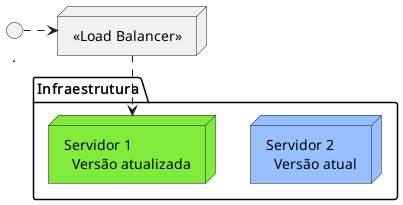
The PlantUML diagram media/content/estado-arte/blue-green-before.png in tomasflopes/pesti, before a commit. Its diagram source:
```plantuml
@startuml blue-green-before

top to bottom direction


node "<<Load Balancer>>" as LB {
}

folder "Infraestrutura" as I {
  node "Servidor 2\n  Versão atual" as S2 #96C0FF {
  }
  node "Servidor 1\n  Versão atualizada" as S1 #81EB3B {
  }
}

..> LB

LB ..> S1

@enduml
```
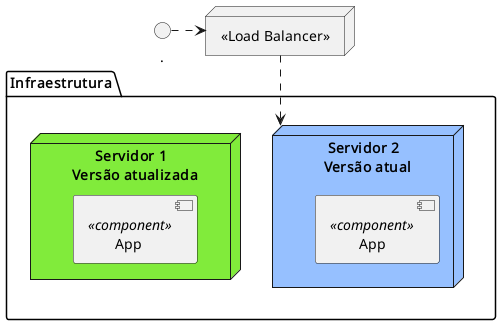
Later version of the same file.

Change to the diagram source:
```diff
@@ -8,13 +8,17 @@
 
 folder "Infraestrutura" as I {
   node "Servidor 2\n  Versão atual" as S2 #96C0FF {
+    component "App" <<component>> {
+    }
   }
   node "Servidor 1\n  Versão atualizada" as S1 #81EB3B {
+    component "App " <<component>> {
+    }
   }
 }
 
 ..> LB
 
-LB ..> S1
+LB ..> S2
 
 @enduml
```
